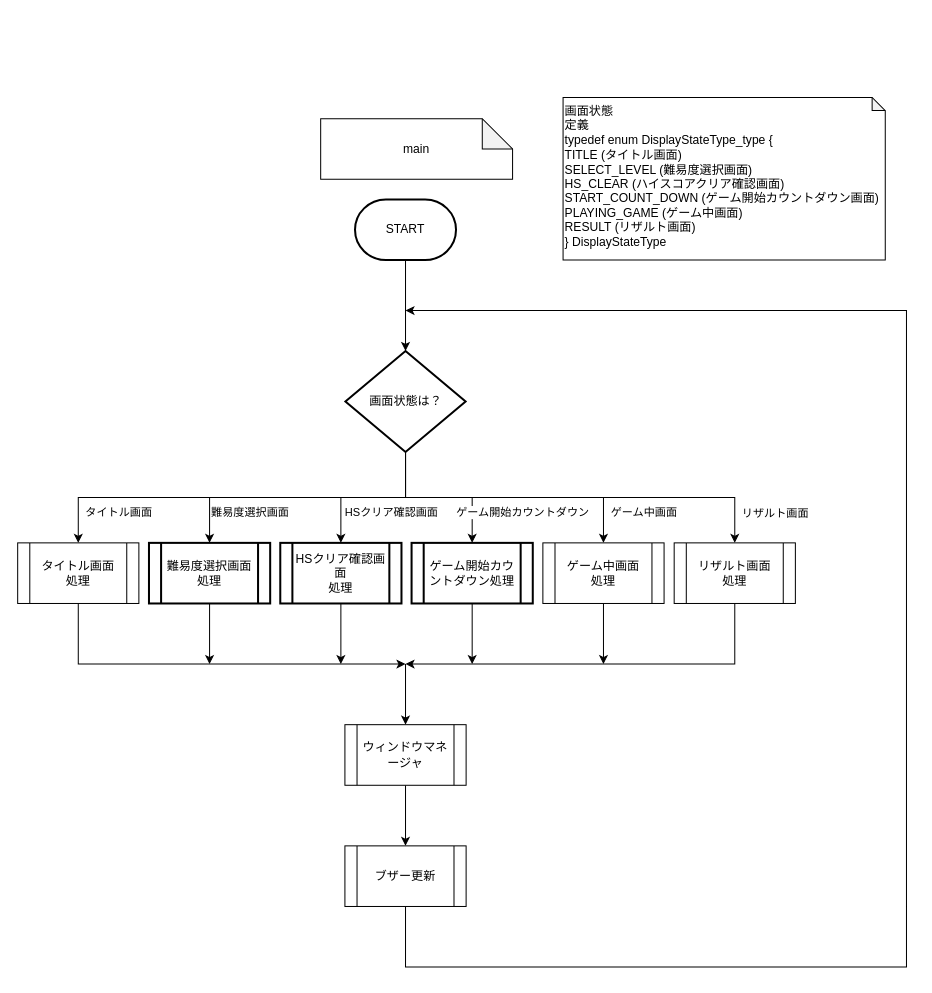
Above: page "main" (1 of 10) of 資料/設計書/フローチャート/モグラ叩き_フローチャート_ゲーム前.drawio in hakohumi/comp.train.whack-a-mole (draw.io), before the change. Source tidied: cells renumbered, new cells numbered last; positions are measured from the earlier drawing's top-left corner, leaving out a move shared by most shapes. Both pictures are drawn from the tidied source at 101%, with x=0, y=0 at pixel (17, 97).
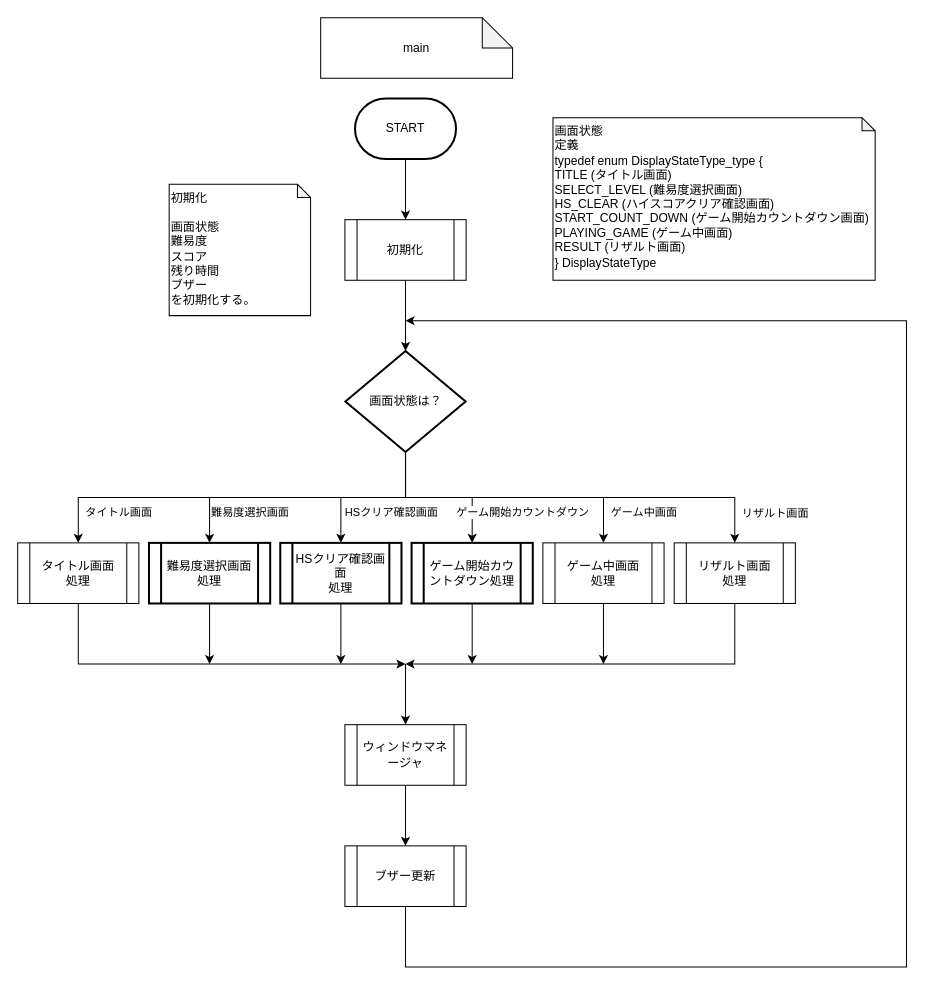
After the change.

Commit message:
設計/フローチャート/ゲーム前 mainシートに初期化処理を追加

The change refers to these unchanged cells:
```xml
<mxCell id="10" value="画面状態は？" style="strokeWidth=2;html=1;shape=mxgraph.flowchart.decision;whiteSpace=wrap;" parent="1" vertex="1">
  <mxGeometry x="324.5" y="251" width="119" height="100" as="geometry" />
</mxCell>
<mxCell id="28" value="ブザー更新" style="shape=process;whiteSpace=wrap;html=1;backgroundOutline=1;" parent="1" vertex="1">
  <mxGeometry x="324" y="741" width="120" height="60" as="geometry" />
</mxCell>
```

Diff of the diagram source:
```diff
@@
-    <mxCell id="2" style="edgeStyle=orthogonalEdgeStyle;rounded=0;jettySize=auto;html=1;exitX=0.5;exitY=1;exitDx=0;exitDy=0;exitPerimeter=0;" parent="1" edge="1" source="3" target="10">
+    <mxCell id="2" style="edgeStyle=orthogonalEdgeStyle;rounded=0;jettySize=auto;html=1;exitX=0.5;exitY=1;exitDx=0;exitDy=0;exitPerimeter=0;" parent="1" edge="1" source="3" target="31">
       <mxGeometry relative="1" as="geometry" />
     </mxCell>
     <mxCell id="3" value="START" style="strokeWidth=2;html=1;shape=mxgraph.flowchart.terminator;whiteSpace=wrap;" parent="1" vertex="1">
-      <mxGeometry x="334" y="101" width="100" height="60" as="geometry" />
+      <mxGeometry x="334" y="1" width="100" height="60" as="geometry" />
     </mxCell>
@@
     <mxCell id="17" value="main" style="shape=note;whiteSpace=wrap;html=1;backgroundOutline=1;darkOpacity=0.05;" parent="1" vertex="1">
-      <mxGeometry x="300" y="21" width="190" height="60" as="geometry" />
+      <mxGeometry x="300" y="-79" width="190" height="60" as="geometry" />
     </mxCell>
@@
     <mxCell id="27" style="edgeStyle=orthogonalEdgeStyle;rounded=0;jettySize=auto;html=1;strokeWidth=1;exitX=0.5;exitY=1;exitDx=0;exitDy=0;" parent="1" edge="1" source="28">
       <mxGeometry relative="1" as="geometry">
-        <mxPoint x="384" y="211" as="targetPoint" />
+        <mxPoint x="384" y="221" as="targetPoint" />
         <Array as="points">
           <mxPoint x="384" y="861" />
           <mxPoint x="880" y="861" />
-          <mxPoint x="880" y="211" />
-          <mxPoint x="384" y="211" />
+          <mxPoint x="880" y="221" />
         </Array>
       </mxGeometry>
     </mxCell>
@@
     <mxCell id="29" value="画面状態&lt;br&gt;定義&lt;br&gt;typedef enum DisplayStateType_type {&amp;nbsp;&lt;br&gt;TITLE (タイトル画面)&lt;br&gt;SELECT_LEVEL (難易度選択画面)&lt;br&gt;HS_CLEAR (ハイスコアクリア確認画面)&lt;br&gt;START_COUNT_DOWN (ゲーム開始カウントダウン画面)&lt;br&gt;PLAYING_GAME (ゲーム中画面)&lt;br&gt;RESULT (リザルト画面)&lt;br&gt;} DisplayStateType" style="shape=note;html=1;backgroundOutline=1;darkOpacity=0.05;size=13;align=left;verticalAlign=top;" parent="1" vertex="1">
-      <mxGeometry x="540" width="319" height="161" as="geometry" />
+      <mxGeometry x="530" y="20" width="319" height="161" as="geometry" />
     </mxCell>
+    <mxCell id="30" style="edgeStyle=orthogonalEdgeStyle;rounded=0;jettySize=auto;html=1;" parent="1" edge="1" source="31" target="10">
+      <mxGeometry relative="1" as="geometry" />
+    </mxCell>
+    <mxCell id="31" value="初期化" style="shape=process;whiteSpace=wrap;html=1;backgroundOutline=1;" parent="1" vertex="1">
+      <mxGeometry x="324" y="121" width="120" height="60" as="geometry" />
+    </mxCell>
+    <mxCell id="32" value="初期化&lt;br&gt;&lt;br&gt;画面状態&lt;br&gt;難易度&lt;br&gt;スコア&lt;br&gt;残り時間&lt;br&gt;ブザー&lt;br&gt;を初期化する。" style="shape=note;html=1;backgroundOutline=1;darkOpacity=0.05;size=13;align=left;verticalAlign=top;" parent="1" vertex="1">
+      <mxGeometry x="150" y="86" width="140" height="130" as="geometry" />
+    </mxCell>
```
